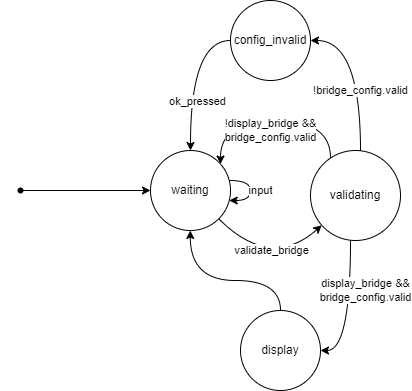
Before: docs/SRS/images/use-case-2-sm.png, a diagram exported from draw.io (agentvv/MTOBridge). Source tidied: cells renumbered, new cells last; positions are measured from the earlier drawing's top-left corner, leaving out a move shared by most shapes.
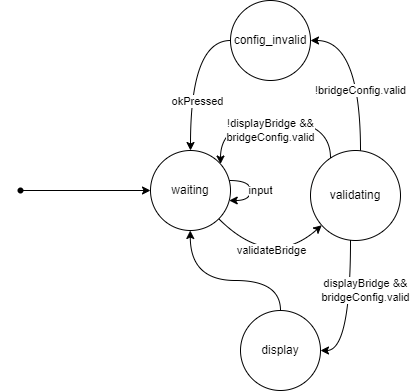
After the change.

Change to the diagram source:
```diff
@@ -36,7 +36,7 @@
         </Array>
       </mxGeometry>
     </mxCell>
-    <mxCell id="10" value="display_bridge &amp;amp;&amp;amp;&lt;br&gt;bridge_config.valid" style="edgeLabel;html=1;align=center;verticalAlign=middle;" parent="9" vertex="1">
+    <mxCell id="10" value="displayBridge &amp;amp;&amp;amp;&lt;br&gt;bridgeConfig.valid" style="edgeLabel;html=1;align=center;verticalAlign=middle;" parent="9" vertex="1">
       <mxGeometry x="0.19" relative="1" as="geometry">
         <mxPoint x="15" y="-33" as="offset" />
       </mxGeometry>
@@ -48,7 +48,7 @@
         </Array>
       </mxGeometry>
     </mxCell>
-    <mxCell id="12" value="ok_pressed" style="edgeLabel;html=1;align=center;verticalAlign=middle;" parent="11" vertex="1">
+    <mxCell id="12" value="okPressed" style="edgeLabel;html=1;align=center;verticalAlign=middle;" parent="11" vertex="1">
       <mxGeometry x="0.09" y="7" relative="1" as="geometry">
         <mxPoint y="19" as="offset" />
       </mxGeometry>
@@ -56,7 +56,7 @@
     <mxCell id="13" value="config_invalid" style="ellipse;whiteSpace=wrap;html=1;" parent="1" vertex="1">
       <mxGeometry x="230" width="80" height="80" as="geometry" />
     </mxCell>
-    <mxCell id="14" value="!bridge_config.valid" style="edgeLabel;html=1;align=center;verticalAlign=middle;" parent="1" vertex="1">
+    <mxCell id="14" value="!bridgeConfig.valid" style="edgeLabel;html=1;align=center;verticalAlign=middle;" parent="1" vertex="1">
       <mxGeometry x="360" y="90" as="geometry" />
     </mxCell>
     <mxCell id="15" style="endArrow=classic;html=1;rounded=0;curved=1;" parent="1" edge="1" source="4" target="8">
@@ -66,7 +66,7 @@
         </Array>
       </mxGeometry>
     </mxCell>
-    <mxCell id="16" value="validate_bridge" style="edgeLabel;html=1;align=center;verticalAlign=middle;" parent="15" vertex="1">
+    <mxCell id="16" value="validateBridge" style="edgeLabel;html=1;align=center;verticalAlign=middle;" parent="15" vertex="1">
       <mxGeometry x="0.26" y="13" relative="1" as="geometry">
         <mxPoint x="-3" as="offset" />
       </mxGeometry>
@@ -90,7 +90,7 @@
         </Array>
       </mxGeometry>
     </mxCell>
-    <mxCell id="20" value="!display_bridge &amp;amp;&amp;amp;&lt;br&gt;bridge_config.valid" style="edgeLabel;html=1;align=center;verticalAlign=middle;" parent="19" vertex="1">
+    <mxCell id="20" value="!displayBridge &amp;amp;&amp;amp;&lt;br&gt;bridgeConfig.valid" style="edgeLabel;html=1;align=center;verticalAlign=middle;" parent="19" vertex="1">
       <mxGeometry x="0.19" relative="1" as="geometry">
         <mxPoint x="16" y="10" as="offset" />
       </mxGeometry>
```
